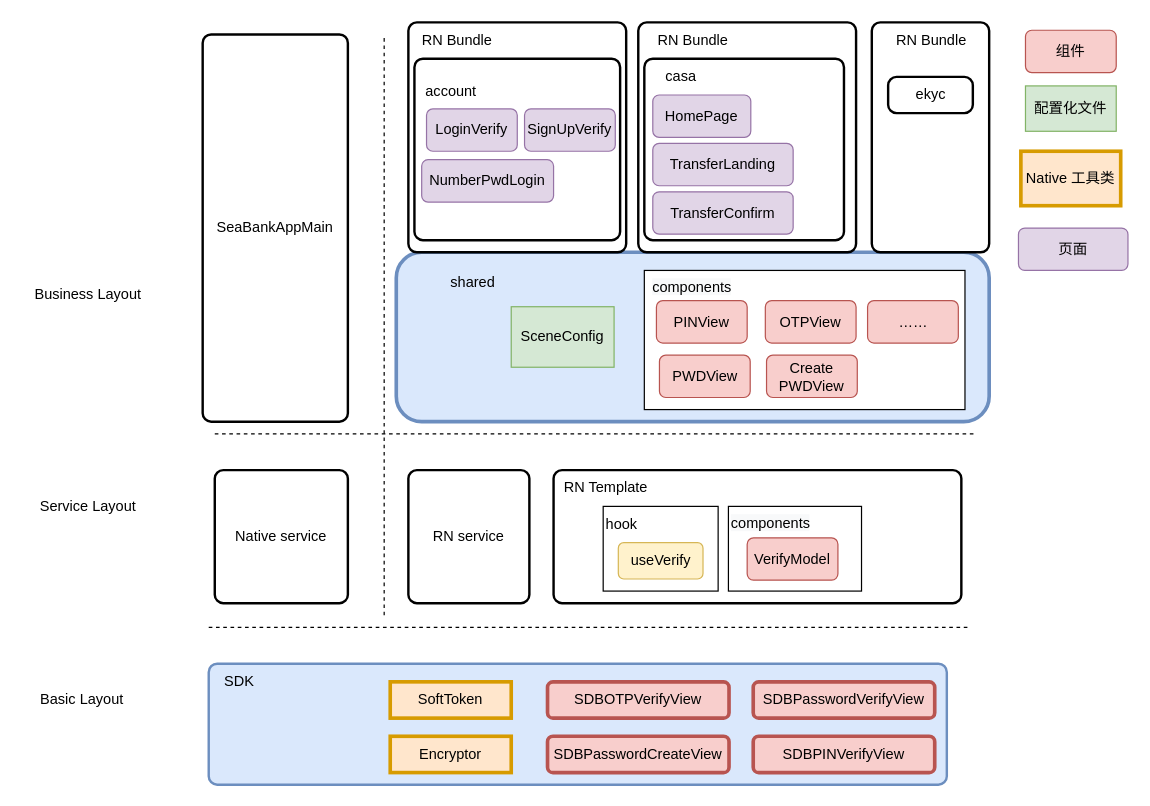
The draw.io diagram useVerify/useVerify 模版overall Design.drawio in RexYao97/sfrex, before the edit. Source tidied: cells renumbered, new cells numbered last; positions are measured from the earlier drawing's top-left corner, leaving out a move shared by most shapes. Both pictures are drawn from the tidied source at 121%, with x=0, y=0 at pixel (21, 22).
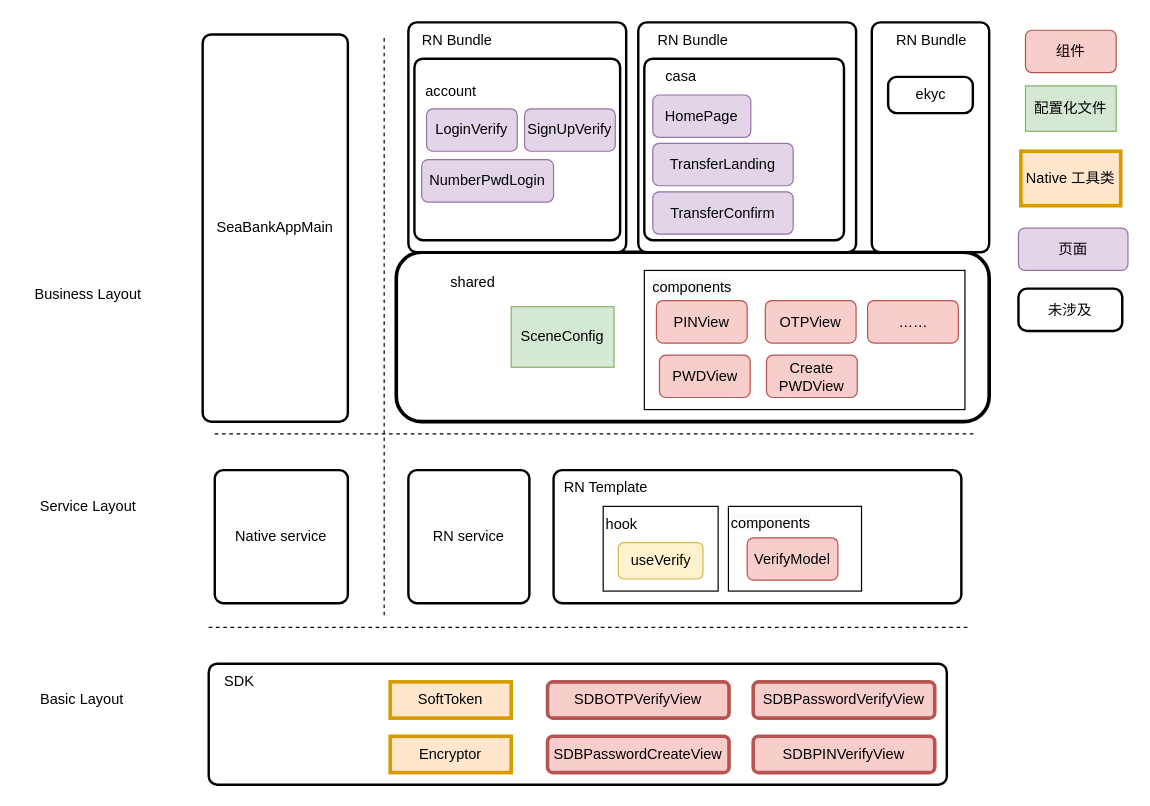
The same diagram, later.

What changed in the source:
```diff
@@
-    <mxCell id="3" style="rounded=1;whiteSpace=wrap;html=1;fillColor=#dae8fc;strokeColor=#6c8ebf;strokeWidth=3;" parent="1" vertex="1">
+    <mxCell id="3" style="rounded=1;whiteSpace=wrap;html=1;strokeWidth=3;" parent="1" vertex="1">
       <mxGeometry x="310" y="190" width="490" height="140" as="geometry" />
     </mxCell>
@@
-    <mxCell id="18" style="rounded=1;whiteSpace=wrap;html=1;absoluteArcSize=1;arcSize=14;strokeWidth=2;fillColor=#dae8fc;strokeColor=#6c8ebf;" parent="1" vertex="1">
+    <mxCell id="18" style="rounded=1;whiteSpace=wrap;html=1;absoluteArcSize=1;arcSize=14;strokeWidth=2;" parent="1" vertex="1">
       <mxGeometry x="155" y="530" width="610" height="100" as="geometry" />
     </mxCell>
@@
+    <mxCell id="59" value="&lt;span style=&quot;&quot;&gt;未涉及&lt;/span&gt;" style="rounded=1;whiteSpace=wrap;html=1;absoluteArcSize=1;arcSize=14;strokeWidth=2;" parent="1" vertex="1">
+      <mxGeometry x="824.2" y="220" width="85.8" height="35" as="geometry" />
+    </mxCell>
```
